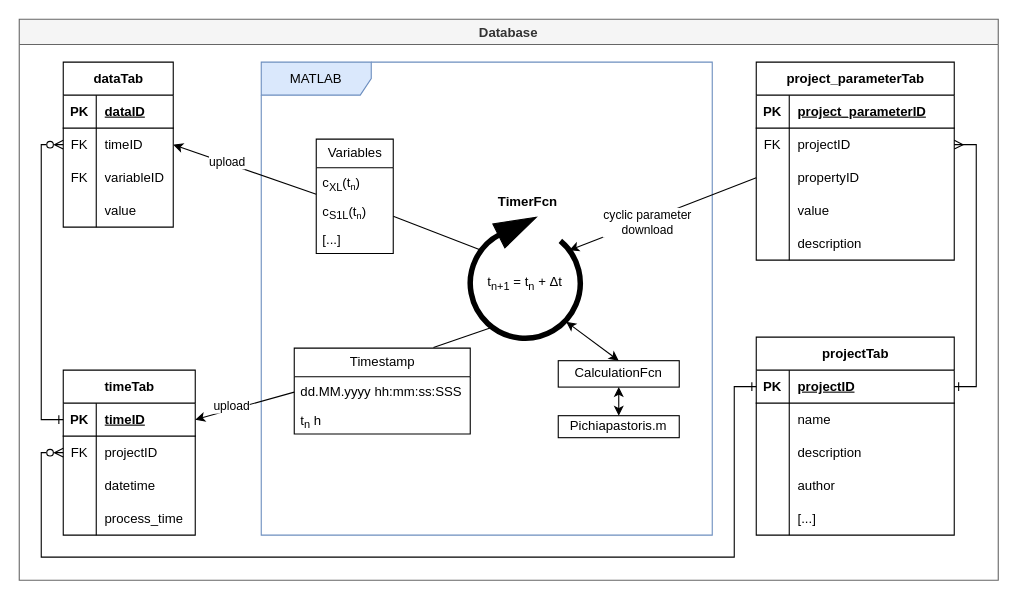
This is DataHandling.drawio from Yumatlab/bioprocesssimulation, a draw.io file, before an edit. Source tidied: cells renumbered, new cells numbered last; positions are measured from the earlier drawing's top-left corner, leaving out a move shared by most shapes. Both pictures are drawn from the tidied source at 110%, with x=0, y=0 at pixel (19, 19).
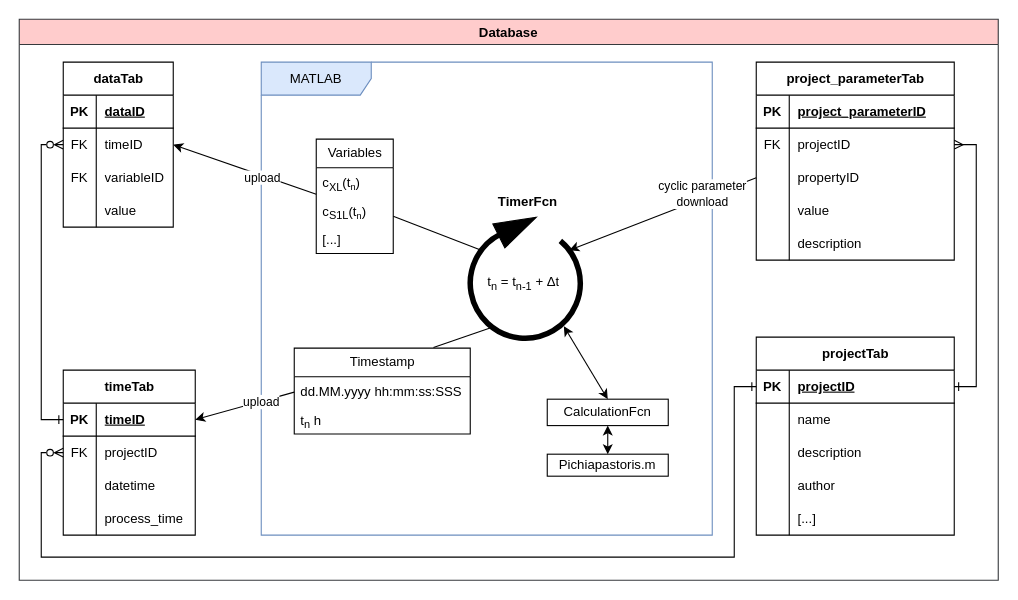
The same diagram, later.

Unchanged cells that the change refers to:
```xml
<mxCell id="2" style="group;" parent="1" vertex="1">
  <mxGeometry x="410" y="190" width="100" height="100" as="geometry" />
</mxCell>
<mxCell id="3" style="verticalLabelPosition=bottom;verticalAlign=top;html=1;shape=mxgraph.basic.arc;startAngle=0.11018844755094567;endAngle=0.9240767791884231;strokeWidth=5;perimeterSpacing=1;rotation=0;" parent="2" vertex="1">
  <mxGeometry width="100" height="100" as="geometry" />
</mxCell>
<mxCell id="53" style="rounded=0;jettySize=auto;html=1;exitX=0;exitY=0.5;exitDx=0;exitDy=0;" parent="5" edge="1" source="31">
  <mxGeometry relative="1" as="geometry">
    <mxPoint x="500" y="210" as="targetPoint" />
  </mxGeometry>
</mxCell>
<mxCell id="79" style="rounded=0;jettySize=auto;html=1;entryX=1;entryY=0.5;entryDx=0;entryDy=0;" parent="5" edge="1" target="41">
  <mxGeometry relative="1" as="geometry">
    <mxPoint x="250" y="339" as="sourcePoint" />
  </mxGeometry>
</mxCell>
<mxCell id="82" style="rounded=0;jettySize=auto;html=1;exitX=0;exitY=0.926;exitDx=0;exitDy=0;entryX=1;entryY=0.5;entryDx=0;entryDy=0;exitPerimeter=0;" parent="5" edge="1" source="8" target="15">
  <mxGeometry relative="1" as="geometry" />
</mxCell>
```

Diff of the diagram source:
```diff
@@
-    <mxCell id="4" value="t&lt;sub&gt;n+1&lt;/sub&gt; = t&lt;sub&gt;n&lt;/sub&gt; +&amp;nbsp;Δt" style="text;strokeColor=none;fillColor=none;spacingLeft=4;spacingRight=4;overflow=hidden;fontSize=12;whiteSpace=wrap;html=1;" parent="2" vertex="1">
+    <mxCell id="4" value="t&lt;sub&gt;n&lt;/sub&gt;&amp;nbsp;= t&lt;sub&gt;n-1&lt;/sub&gt; +&amp;nbsp;Δt" style="text;strokeColor=none;fillColor=none;spacingLeft=4;spacingRight=4;overflow=hidden;fontSize=12;whiteSpace=wrap;html=1;" parent="2" vertex="1">
       <mxGeometry x="10" y="35" width="80" height="30" as="geometry" />
     </mxCell>
-    <mxCell id="5" value="Database" style="swimlane;fillColor=#f5f5f5;strokeColor=#666666;fontColor=#333333;" parent="1" vertex="1">
+    <mxCell id="5" value="Database" style="swimlane;fillColor=#ffcccc;strokeColor=#36393d;" parent="1" vertex="1">
       <mxGeometry width="890" height="510" as="geometry" />
     </mxCell>
@@
     <mxCell id="54" value="cyclic parameter&lt;br&gt;download" style="edgeLabel;html=1;align=center;verticalAlign=middle;" parent="53" vertex="1">
       <mxGeometry x="0.47" y="-1" relative="1" as="geometry">
-        <mxPoint x="26" y="-7" as="offset" />
+        <mxPoint x="76" y="-33" as="offset" />
       </mxGeometry>
     </mxCell>
@@
     <mxCell id="80" value="upload" style="edgeLabel;html=1;align=center;verticalAlign=middle;" parent="79" vertex="1">
       <mxGeometry x="0.15" y="1" relative="1" as="geometry">
-        <mxPoint x="-6" y="-3" as="offset" />
+        <mxPoint x="21" y="-7" as="offset" />
       </mxGeometry>
     </mxCell>
@@
     <mxCell id="83" value="upload" style="edgeLabel;html=1;align=center;verticalAlign=middle;" parent="82" vertex="1">
       <mxGeometry x="-0.02" y="-3" relative="1" as="geometry">
-        <mxPoint x="-19" y="-5" as="offset" />
+        <mxPoint x="13" y="9" as="offset" />
       </mxGeometry>
     </mxCell>
@@
     <mxCell id="85" value="CalculationFcn" style="html=1;whiteSpace=wrap;" parent="5" vertex="1">
-      <mxGeometry x="490" y="310.4" width="110" height="24" as="geometry" />
+      <mxGeometry x="480" y="345.4" width="110" height="24" as="geometry" />
     </mxCell>
-    <mxCell id="86" style="rounded=0;jettySize=auto;html=1;exitX=0.5;exitY=0;exitDx=0;exitDy=0;entryX=0.145;entryY=0.89;entryDx=0;entryDy=0;entryPerimeter=0;startArrow=classic;startFill=1;" parent="5" edge="1" source="85">
-      <mxGeometry relative="1" as="geometry">
-        <mxPoint x="497.2" y="275" as="targetPoint" />
-      </mxGeometry>
-    </mxCell>
     <mxCell id="87" value="Pichiapastoris.m" style="html=1;whiteSpace=wrap;" parent="5" vertex="1">
-      <mxGeometry x="490" y="360.4" width="110" height="20" as="geometry" />
+      <mxGeometry x="480" y="395.4" width="110" height="20" as="geometry" />
     </mxCell>
@@
+    <mxCell id="86" style="rounded=0;jettySize=auto;html=1;exitX=0.5;exitY=0;exitDx=0;exitDy=0;entryX=0.844;entryY=0.883;entryDx=0;entryDy=0;entryPerimeter=0;startArrow=classic;startFill=1;" parent="1" edge="1" source="85" target="3">
+      <mxGeometry relative="1" as="geometry" />
+    </mxCell>
```
